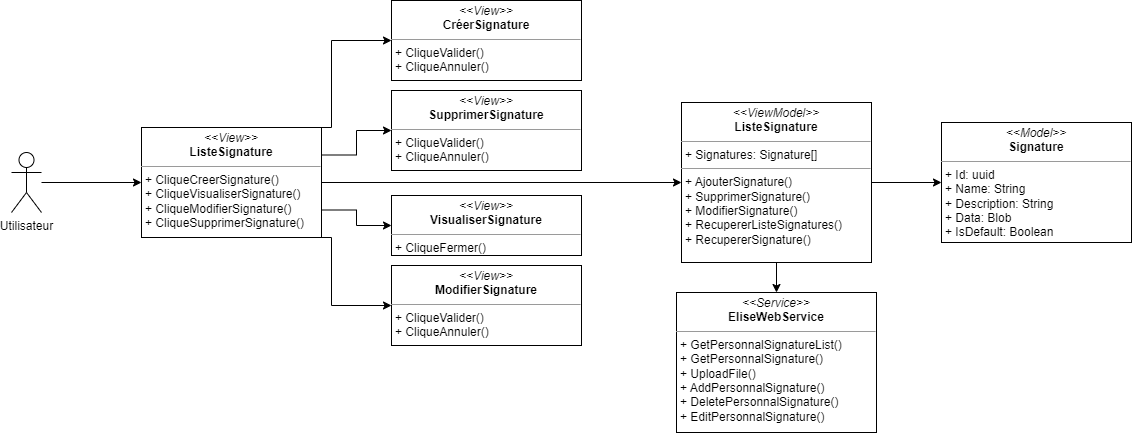
Before: images_pfe/dcc_spint2.png, a diagram exported from draw.io (PFE-Neoledge-2023/rapport). Source tidied: cells renumbered, new cells last; positions are measured from the earlier drawing's top-left corner, leaving out a move shared by most shapes.
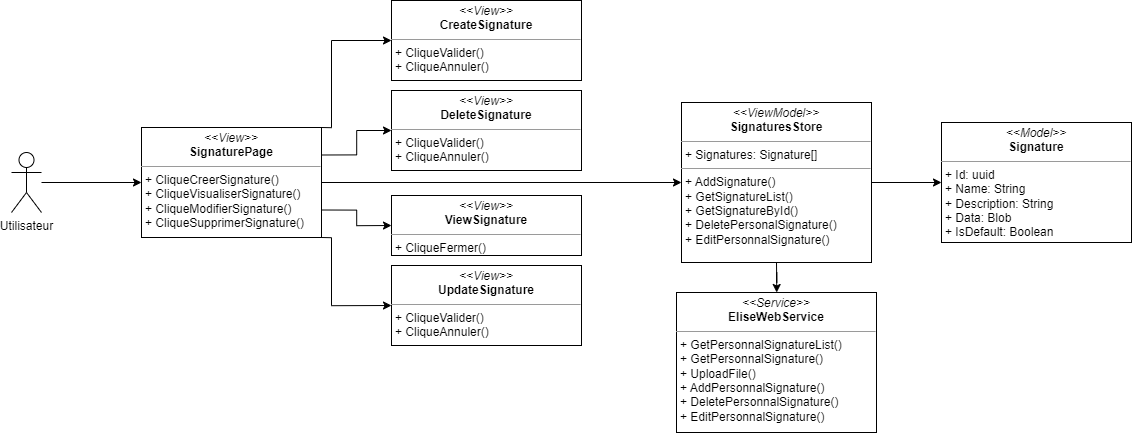
Later version of the same file.

The edit, as a diff of the source:
```diff
@@ -33,25 +33,25 @@
         </Array>
       </mxGeometry>
     </mxCell>
-    <mxCell id="9" value="&lt;p style=&quot;margin:0px;margin-top:4px;text-align:center;&quot;&gt;&lt;i&gt;&amp;lt;&amp;lt;View&amp;gt;&amp;gt;&lt;/i&gt;&lt;br&gt;&lt;b&gt;ListeSignature&lt;/b&gt;&lt;/p&gt;&lt;hr style=&quot;border-color: var(--border-color);&quot; size=&quot;1&quot;&gt;&lt;p style=&quot;border-color: var(--border-color); margin: 0px 0px 0px 4px;&quot;&gt;+ CliqueCreerSignature()&lt;/p&gt;&lt;p style=&quot;border-color: var(--border-color); margin: 0px 0px 0px 4px;&quot;&gt;+ CliqueVisualiserSignature()&lt;/p&gt;&lt;p style=&quot;border-color: var(--border-color); margin: 0px 0px 0px 4px;&quot;&gt;+ CliqueModifierSignature()&lt;/p&gt;&lt;p style=&quot;border-color: var(--border-color); margin: 0px 0px 0px 4px;&quot;&gt;+ CliqueSupprimerSignature()&lt;/p&gt;" style="verticalAlign=top;align=left;overflow=fill;fontSize=12;fontFamily=Helvetica;html=1;whiteSpace=wrap;" parent="1" vertex="1">
+    <mxCell id="9" value="&lt;p style=&quot;margin:0px;margin-top:4px;text-align:center;&quot;&gt;&lt;i&gt;&amp;lt;&amp;lt;View&amp;gt;&amp;gt;&lt;/i&gt;&lt;br&gt;&lt;b&gt;SignaturePage&lt;/b&gt;&lt;br&gt;&lt;/p&gt;&lt;hr style=&quot;border-color: var(--border-color);&quot; size=&quot;1&quot;&gt;&lt;p style=&quot;border-color: var(--border-color); margin: 0px 0px 0px 4px;&quot;&gt;+ CliqueCreerSignature()&lt;/p&gt;&lt;p style=&quot;border-color: var(--border-color); margin: 0px 0px 0px 4px;&quot;&gt;+ CliqueVisualiserSignature()&lt;/p&gt;&lt;p style=&quot;border-color: var(--border-color); margin: 0px 0px 0px 4px;&quot;&gt;+ CliqueModifierSignature()&lt;/p&gt;&lt;p style=&quot;border-color: var(--border-color); margin: 0px 0px 0px 4px;&quot;&gt;+ CliqueSupprimerSignature()&lt;/p&gt;" style="verticalAlign=top;align=left;overflow=fill;fontSize=12;fontFamily=Helvetica;html=1;whiteSpace=wrap;" parent="1" vertex="1">
       <mxGeometry x="130" y="127" width="180" height="110" as="geometry" />
     </mxCell>
     <mxCell id="10" style="edgeStyle=orthogonalEdgeStyle;rounded=0;jettySize=auto;html=1;startArrow=none;startFill=0;" parent="1" edge="1" source="11" target="16">
       <mxGeometry relative="1" as="geometry" />
     </mxCell>
-    <mxCell id="11" value="&lt;p style=&quot;margin:0px;margin-top:4px;text-align:center;&quot;&gt;&lt;i&gt;&amp;lt;&amp;lt;ViewModel&amp;gt;&amp;gt;&lt;/i&gt;&lt;br&gt;&lt;b&gt;ListeSignature&lt;/b&gt;&lt;/p&gt;&lt;hr size=&quot;1&quot;&gt;&lt;p style=&quot;margin:0px;margin-left:4px;&quot;&gt;+ Signatures: Signature[]&lt;br&gt;&lt;/p&gt;&lt;hr size=&quot;1&quot;&gt;&lt;p style=&quot;margin:0px;margin-left:4px;&quot;&gt;+ AjouterSignature()&lt;/p&gt;&lt;p style=&quot;margin:0px;margin-left:4px;&quot;&gt;+ SupprimerSignature()&lt;/p&gt;&lt;p style=&quot;margin:0px;margin-left:4px;&quot;&gt;+ ModifierSignature()&lt;/p&gt;&lt;p style=&quot;margin:0px;margin-left:4px;&quot;&gt;+ RecupererListeSignatures()&lt;/p&gt;&lt;p style=&quot;margin:0px;margin-left:4px;&quot;&gt;+ RecupererSignature()&lt;/p&gt;" style="verticalAlign=top;align=left;overflow=fill;fontSize=12;fontFamily=Helvetica;html=1;whiteSpace=wrap;" parent="1" vertex="1">
+    <mxCell id="11" value="&lt;p style=&quot;margin:0px;margin-top:4px;text-align:center;&quot;&gt;&lt;i&gt;&amp;lt;&amp;lt;ViewModel&amp;gt;&amp;gt;&lt;/i&gt;&lt;br&gt;&lt;b&gt;SignaturesStore&lt;/b&gt;&lt;/p&gt;&lt;hr size=&quot;1&quot;&gt;&lt;p style=&quot;margin:0px;margin-left:4px;&quot;&gt;+ Signatures: Signature[]&lt;br&gt;&lt;/p&gt;&lt;hr size=&quot;1&quot;&gt;&lt;p style=&quot;margin:0px;margin-left:4px;&quot;&gt;+ AddSignature()&lt;/p&gt;&lt;p style=&quot;margin:0px;margin-left:4px;&quot;&gt;+ GetSignatureList()&lt;/p&gt;&lt;p style=&quot;margin: 0px 0px 0px 4px;&quot;&gt;+ GetSignatureById()&lt;/p&gt;&lt;p style=&quot;margin:0px;margin-left:4px;&quot;&gt;+ DeletePersonalSignature()&lt;/p&gt;&lt;p style=&quot;margin:0px;margin-left:4px;&quot;&gt;+ EditPersonnalSignature()&lt;/p&gt;" style="verticalAlign=top;align=left;overflow=fill;fontSize=12;fontFamily=Helvetica;html=1;whiteSpace=wrap;" parent="1" vertex="1">
       <mxGeometry x="670" y="102" width="190" height="160" as="geometry" />
     </mxCell>
-    <mxCell id="12" value="&lt;p style=&quot;margin:0px;margin-top:4px;text-align:center;&quot;&gt;&lt;i&gt;&amp;lt;&amp;lt;View&amp;gt;&amp;gt;&lt;/i&gt;&lt;br&gt;&lt;b&gt;CréerSignature&lt;/b&gt;&lt;/p&gt;&lt;hr size=&quot;1&quot;&gt;&lt;p style=&quot;margin:0px;margin-left:4px;&quot;&gt;&lt;/p&gt;&lt;p style=&quot;margin:0px;margin-left:4px;&quot;&gt;+ CliqueValider()&lt;/p&gt;&lt;p style=&quot;margin:0px;margin-left:4px;&quot;&gt;+ CliqueAnnuler()&lt;/p&gt;" style="verticalAlign=top;align=left;overflow=fill;fontSize=12;fontFamily=Helvetica;html=1;whiteSpace=wrap;" parent="1" vertex="1">
+    <mxCell id="12" value="&lt;p style=&quot;margin:0px;margin-top:4px;text-align:center;&quot;&gt;&lt;i&gt;&amp;lt;&amp;lt;View&amp;gt;&amp;gt;&lt;/i&gt;&lt;br&gt;&lt;b&gt;CreateSignature&lt;/b&gt;&lt;/p&gt;&lt;hr size=&quot;1&quot;&gt;&lt;p style=&quot;margin:0px;margin-left:4px;&quot;&gt;&lt;/p&gt;&lt;p style=&quot;margin:0px;margin-left:4px;&quot;&gt;+ CliqueValider()&lt;/p&gt;&lt;p style=&quot;margin:0px;margin-left:4px;&quot;&gt;+ CliqueAnnuler()&lt;/p&gt;" style="verticalAlign=top;align=left;overflow=fill;fontSize=12;fontFamily=Helvetica;html=1;whiteSpace=wrap;" parent="1" vertex="1">
       <mxGeometry x="380" width="190" height="80" as="geometry" />
     </mxCell>
-    <mxCell id="13" value="&lt;p style=&quot;margin:0px;margin-top:4px;text-align:center;&quot;&gt;&lt;i&gt;&amp;lt;&amp;lt;View&amp;gt;&amp;gt;&lt;/i&gt;&lt;br&gt;&lt;b&gt;ModifierSignature&lt;/b&gt;&lt;/p&gt;&lt;hr size=&quot;1&quot;&gt;&lt;p style=&quot;margin:0px;margin-left:4px;&quot;&gt;&lt;/p&gt;&lt;p style=&quot;border-color: var(--border-color); margin: 0px 0px 0px 4px;&quot;&gt;+ CliqueValider()&lt;/p&gt;&lt;p style=&quot;border-color: var(--border-color); margin: 0px 0px 0px 4px;&quot;&gt;+ CliqueAnnuler()&lt;/p&gt;" style="verticalAlign=top;align=left;overflow=fill;fontSize=12;fontFamily=Helvetica;html=1;whiteSpace=wrap;" parent="1" vertex="1">
+    <mxCell id="13" value="&lt;p style=&quot;margin:0px;margin-top:4px;text-align:center;&quot;&gt;&lt;i&gt;&amp;lt;&amp;lt;View&amp;gt;&amp;gt;&lt;/i&gt;&lt;br&gt;&lt;b&gt;UpdateSignature&lt;/b&gt;&lt;/p&gt;&lt;hr size=&quot;1&quot;&gt;&lt;p style=&quot;margin:0px;margin-left:4px;&quot;&gt;&lt;/p&gt;&lt;p style=&quot;border-color: var(--border-color); margin: 0px 0px 0px 4px;&quot;&gt;+ CliqueValider()&lt;/p&gt;&lt;p style=&quot;border-color: var(--border-color); margin: 0px 0px 0px 4px;&quot;&gt;+ CliqueAnnuler()&lt;/p&gt;" style="verticalAlign=top;align=left;overflow=fill;fontSize=12;fontFamily=Helvetica;html=1;whiteSpace=wrap;" parent="1" vertex="1">
       <mxGeometry x="380" y="265" width="190" height="80" as="geometry" />
     </mxCell>
-    <mxCell id="14" value="&lt;p style=&quot;margin:0px;margin-top:4px;text-align:center;&quot;&gt;&lt;i&gt;&amp;lt;&amp;lt;View&amp;gt;&amp;gt;&lt;/i&gt;&lt;br&gt;&lt;b&gt;SupprimerSignature&lt;/b&gt;&lt;/p&gt;&lt;hr size=&quot;1&quot;&gt;&lt;p style=&quot;margin:0px;margin-left:4px;&quot;&gt;&lt;/p&gt;&lt;p style=&quot;border-color: var(--border-color); margin: 0px 0px 0px 4px;&quot;&gt;+ CliqueValider()&lt;/p&gt;&lt;p style=&quot;border-color: var(--border-color); margin: 0px 0px 0px 4px;&quot;&gt;+ CliqueAnnuler()&lt;/p&gt;" style="verticalAlign=top;align=left;overflow=fill;fontSize=12;fontFamily=Helvetica;html=1;whiteSpace=wrap;" parent="1" vertex="1">
+    <mxCell id="14" value="&lt;p style=&quot;margin:0px;margin-top:4px;text-align:center;&quot;&gt;&lt;i&gt;&amp;lt;&amp;lt;View&amp;gt;&amp;gt;&lt;/i&gt;&lt;br&gt;&lt;b&gt;DeleteSignature&lt;/b&gt;&lt;/p&gt;&lt;hr size=&quot;1&quot;&gt;&lt;p style=&quot;margin:0px;margin-left:4px;&quot;&gt;&lt;/p&gt;&lt;p style=&quot;border-color: var(--border-color); margin: 0px 0px 0px 4px;&quot;&gt;+ CliqueValider()&lt;/p&gt;&lt;p style=&quot;border-color: var(--border-color); margin: 0px 0px 0px 4px;&quot;&gt;+ CliqueAnnuler()&lt;/p&gt;" style="verticalAlign=top;align=left;overflow=fill;fontSize=12;fontFamily=Helvetica;html=1;whiteSpace=wrap;" parent="1" vertex="1">
       <mxGeometry x="380" y="90" width="190" height="80" as="geometry" />
     </mxCell>
-    <mxCell id="15" value="&lt;p style=&quot;margin:0px;margin-top:4px;text-align:center;&quot;&gt;&lt;i&gt;&amp;lt;&amp;lt;View&amp;gt;&amp;gt;&lt;/i&gt;&lt;br&gt;&lt;b&gt;VisualiserSignature&lt;/b&gt;&lt;/p&gt;&lt;hr size=&quot;1&quot;&gt;&lt;p style=&quot;margin:0px;margin-left:4px;&quot;&gt;&lt;/p&gt;&lt;p style=&quot;border-color: var(--border-color); margin: 0px 0px 0px 4px;&quot;&gt;+ CliqueFermer()&lt;/p&gt;" style="verticalAlign=top;align=left;overflow=fill;fontSize=12;fontFamily=Helvetica;html=1;whiteSpace=wrap;" parent="1" vertex="1">
+    <mxCell id="15" value="&lt;p style=&quot;margin:0px;margin-top:4px;text-align:center;&quot;&gt;&lt;i&gt;&amp;lt;&amp;lt;View&amp;gt;&amp;gt;&lt;/i&gt;&lt;br&gt;&lt;b&gt;ViewSignature&lt;/b&gt;&lt;/p&gt;&lt;hr size=&quot;1&quot;&gt;&lt;p style=&quot;margin:0px;margin-left:4px;&quot;&gt;&lt;/p&gt;&lt;p style=&quot;border-color: var(--border-color); margin: 0px 0px 0px 4px;&quot;&gt;+ CliqueFermer()&lt;/p&gt;" style="verticalAlign=top;align=left;overflow=fill;fontSize=12;fontFamily=Helvetica;html=1;whiteSpace=wrap;" parent="1" vertex="1">
       <mxGeometry x="380" y="195" width="190" height="60" as="geometry" />
     </mxCell>
     <mxCell id="16" value="&lt;p style=&quot;margin:0px;margin-top:4px;text-align:center;&quot;&gt;&lt;i&gt;&amp;lt;&amp;lt;Model&amp;gt;&amp;gt;&lt;/i&gt;&lt;br&gt;&lt;b&gt;Signature&lt;/b&gt;&lt;/p&gt;&lt;hr size=&quot;1&quot;&gt;&lt;p style=&quot;margin:0px;margin-left:4px;&quot;&gt;+ Id: uuid&lt;br&gt;&lt;/p&gt;&lt;p style=&quot;margin:0px;margin-left:4px;&quot;&gt;+ Name: String&lt;/p&gt;&lt;p style=&quot;margin:0px;margin-left:4px;&quot;&gt;+ Description: String&lt;/p&gt;&lt;p style=&quot;margin:0px;margin-left:4px;&quot;&gt;+ Data: Blob&lt;/p&gt;&lt;p style=&quot;margin:0px;margin-left:4px;&quot;&gt;+ IsDefault: Boolean&lt;/p&gt;" style="verticalAlign=top;align=left;overflow=fill;fontSize=12;fontFamily=Helvetica;html=1;whiteSpace=wrap;" parent="1" vertex="1">
```
